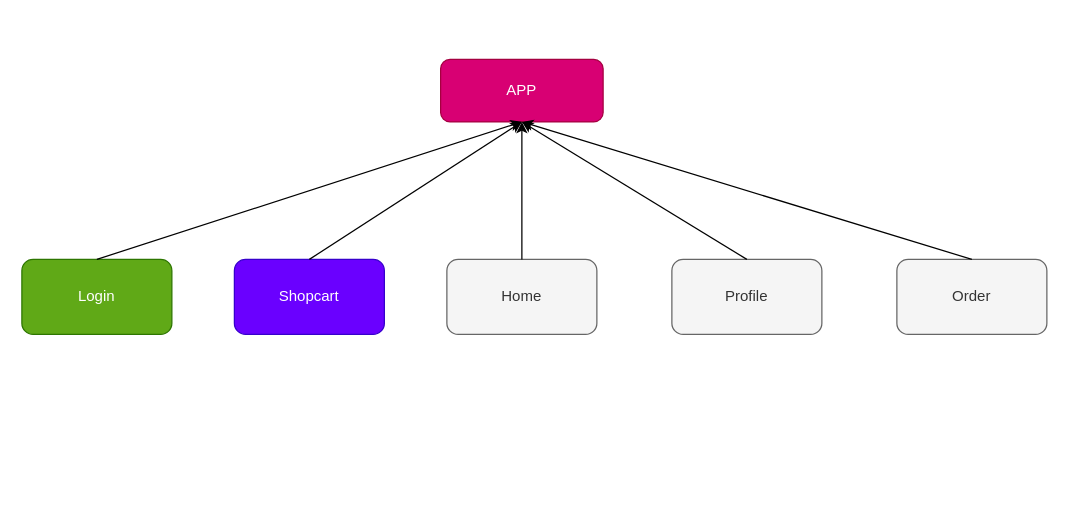
LongerLonge/jormun_drawio_repo keeps this draw.io diagram as draw_io_dir/arouter.drawio. Above is the earlier version. Source tidied: cells renumbered, new cells numbered last; positions are measured from the earlier drawing's top-left corner, leaving out a move shared by most shapes. Both pictures are drawn from the tidied source at 125%, with x=0, y=0 at pixel (21, 59).
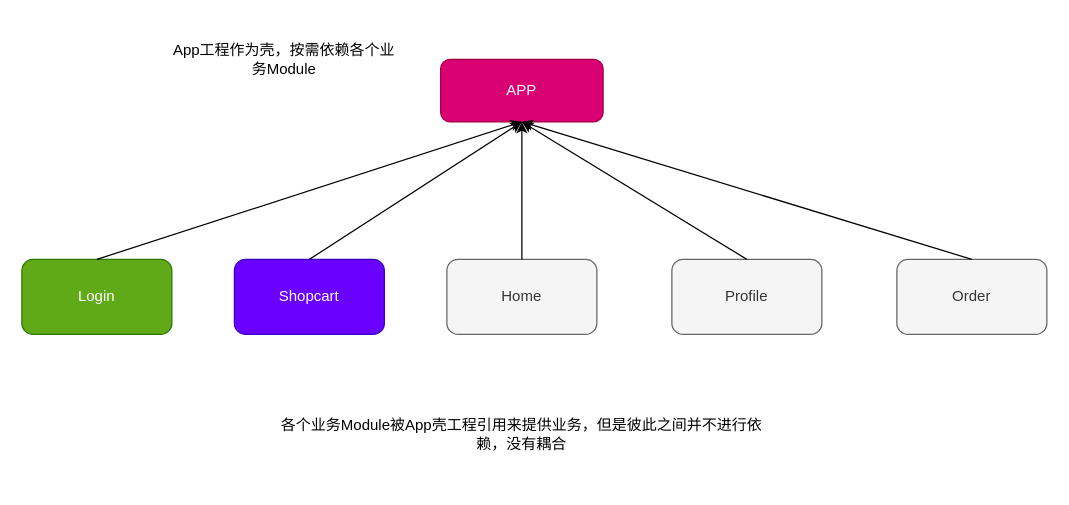
After the change.

What changed in the source:
```diff
@@
 <mxGraphModel>
   <root>
     <mxCell id="0" />
     <mxCell id="1" parent="0" />
     <mxCell id="2" value="APP" style="rounded=1;whiteSpace=wrap;html=1;fillColor=#d80073;fontColor=#ffffff;strokeColor=#A50040;" parent="1" vertex="1">
       <mxGeometry x="335" width="130" height="50" as="geometry" />
     </mxCell>
     <mxCell id="3" value="Login" style="rounded=1;whiteSpace=wrap;html=1;fillColor=#60a917;fontColor=#ffffff;strokeColor=#2D7600;" parent="1" vertex="1">
       <mxGeometry y="160" width="120" height="60" as="geometry" />
     </mxCell>
     <mxCell id="4" value="Shopcart" style="rounded=1;whiteSpace=wrap;html=1;fillColor=#6a00ff;fontColor=#ffffff;strokeColor=#3700CC;" parent="1" vertex="1">
       <mxGeometry x="170" y="160" width="120" height="60" as="geometry" />
     </mxCell>
     <mxCell id="5" value="Home" style="rounded=1;whiteSpace=wrap;html=1;fillColor=#f5f5f5;strokeColor=#666666;fontColor=#333333;" parent="1" vertex="1">
       <mxGeometry x="340" y="160" width="120" height="60" as="geometry" />
     </mxCell>
     <mxCell id="6" value="Profile" style="rounded=1;whiteSpace=wrap;html=1;fillColor=#f5f5f5;strokeColor=#666666;fontColor=#333333;" parent="1" vertex="1">
       <mxGeometry x="520" y="160" width="120" height="60" as="geometry" />
     </mxCell>
     <mxCell id="7" value="Order" style="rounded=1;whiteSpace=wrap;html=1;fillColor=#f5f5f5;strokeColor=#666666;fontColor=#333333;" parent="1" vertex="1">
       <mxGeometry x="700" y="160" width="120" height="60" as="geometry" />
     </mxCell>
     <mxCell id="8" style="endArrow=classic;html=1;rounded=0;entryX=0.5;entryY=1;entryDx=0;entryDy=0;exitX=0.5;exitY=0;exitDx=0;exitDy=0;" parent="1" edge="1" source="3" target="2">
       <mxGeometry relative="1" as="geometry" />
     </mxCell>
     <mxCell id="9" style="endArrow=classic;html=1;rounded=0;entryX=0.5;entryY=1;entryDx=0;entryDy=0;exitX=0.5;exitY=0;exitDx=0;exitDy=0;" parent="1" edge="1" source="4" target="2">
       <mxGeometry relative="1" as="geometry" />
     </mxCell>
     <mxCell id="10" style="endArrow=classic;html=1;rounded=0;entryX=0.5;entryY=1;entryDx=0;entryDy=0;exitX=0.5;exitY=0;exitDx=0;exitDy=0;" parent="1" edge="1" source="5" target="2">
       <mxGeometry relative="1" as="geometry" />
     </mxCell>
     <mxCell id="11" style="endArrow=classic;html=1;rounded=0;entryX=0.5;entryY=1;entryDx=0;entryDy=0;exitX=0.5;exitY=0;exitDx=0;exitDy=0;" parent="1" edge="1" source="6" target="2">
       <mxGeometry relative="1" as="geometry" />
     </mxCell>
     <mxCell id="12" style="endArrow=classic;html=1;rounded=0;entryX=0.5;entryY=1;entryDx=0;entryDy=0;exitX=0.5;exitY=0;exitDx=0;exitDy=0;" parent="1" edge="1" source="7" target="2">
       <mxGeometry relative="1" as="geometry" />
     </mxCell>
+    <mxCell id="13" value="App工程作为壳，按需依赖各个业务Module" style="text;html=1;strokeColor=none;fillColor=none;align=center;verticalAlign=middle;whiteSpace=wrap;rounded=0;" parent="1" vertex="1">
+      <mxGeometry x="120" y="-30" width="180" height="60" as="geometry" />
+    </mxCell>
+    <mxCell id="14" value="各个业务Module被App壳工程引用来提供业务，但是彼此之间并不进行依赖，没有耦合" style="text;html=1;strokeColor=none;fillColor=none;align=center;verticalAlign=middle;whiteSpace=wrap;rounded=0;" parent="1" vertex="1">
+      <mxGeometry x="195" y="260" width="410" height="80" as="geometry" />
+    </mxCell>
   </root>
 </mxGraphModel>
```
